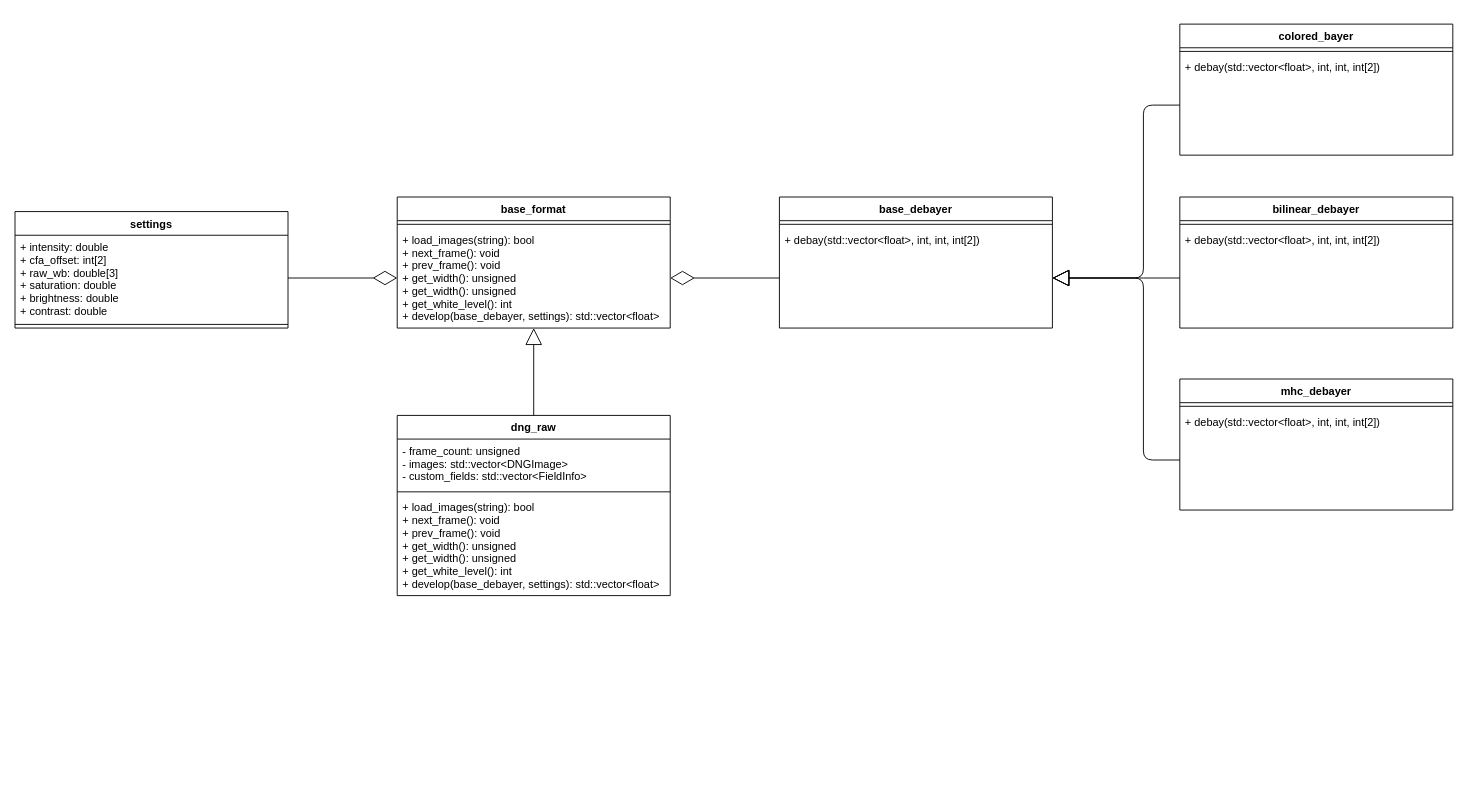
This is docs/uml/uml.drawio from CATFELLA/raw-postproc, a draw.io file, before an edit. Source tidied: cells renumbered, new cells numbered last; positions are measured from the earlier drawing's top-left corner, leaving out a move shared by most shapes. Both pictures are drawn from the tidied source at 91%, with x=0, y=0 at pixel (15, 24).
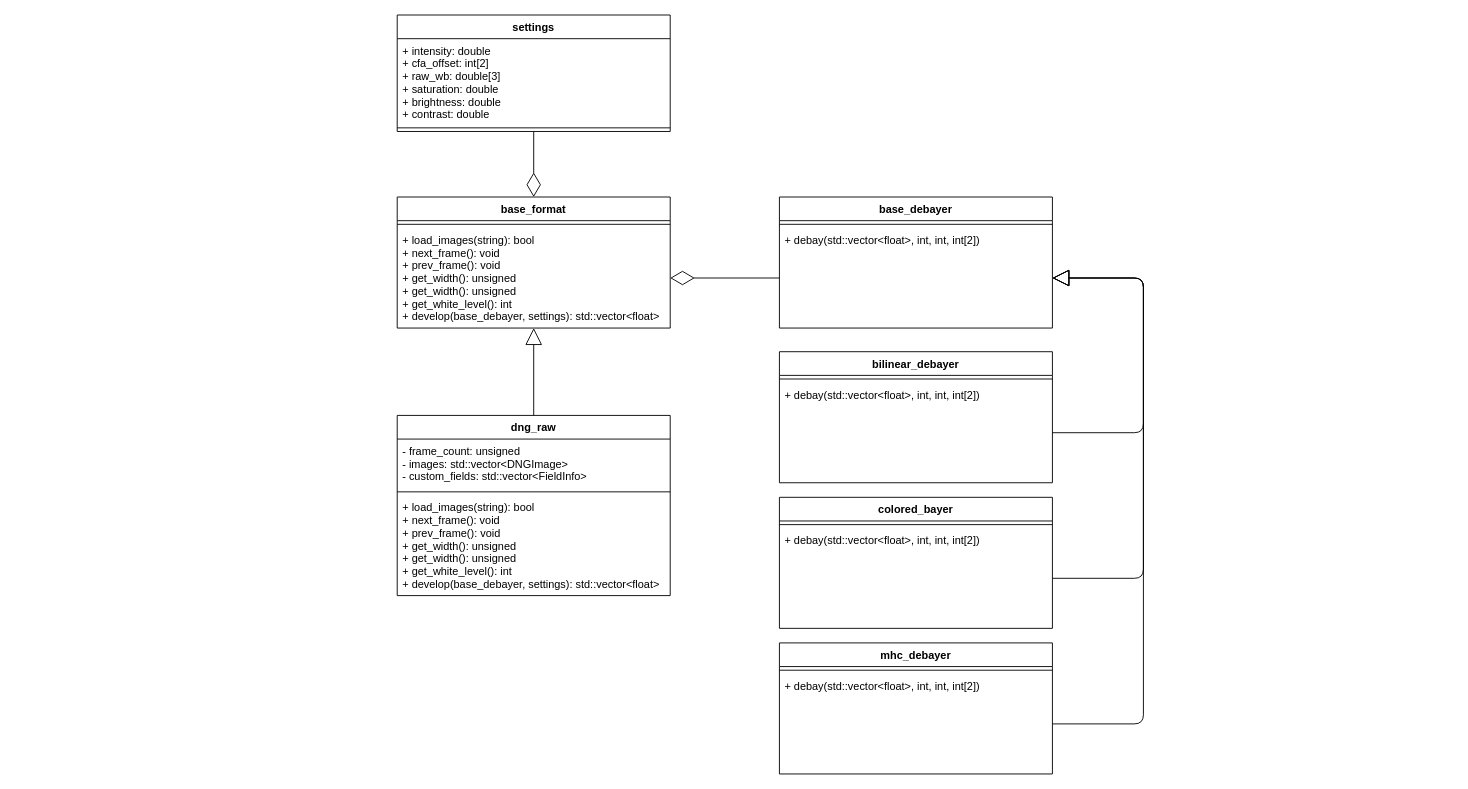
The same diagram, later.

The change refers to these unchanged cells:
```xml
<mxCell id="2" value="base_format" style="swimlane;fontStyle=1;align=center;verticalAlign=top;horizontal=1;startSize=26;" parent="1" vertex="1">
  <mxGeometry x="420" y="190" width="300" height="144" as="geometry" />
</mxCell>
<mxCell id="4" value="+ load_images(string): bool&#10;+ next_frame(): void&#10;+ prev_frame(): void&#10;+ get_width(): unsigned&#10;+ get_width(): unsigned&#10;+ get_white_level(): int&#10;+ develop(base_debayer, settings): std::vector&lt;float&gt;&#10;&#10;" style="text;strokeColor=none;fillColor=none;align=left;verticalAlign=top;spacingLeft=4;spacingRight=4;overflow=hidden;points=[[0,0.5],[1,0.5]];portConstraint=eastwest;" parent="2" vertex="1">
  <mxGeometry y="34" width="300" height="110" as="geometry" />
</mxCell>
<mxCell id="12" value="+ debay(std::vector&lt;float&gt;, int, int, int[2])" style="text;strokeColor=none;fillColor=none;align=left;verticalAlign=top;spacingLeft=4;spacingRight=4;overflow=hidden;points=[[0,0.5],[1,0.5]];portConstraint=eastwest;" parent="10" vertex="1">
  <mxGeometry y="34" width="300" height="110" as="geometry" />
</mxCell>
<mxCell id="16" value="+ debay(std::vector&lt;float&gt;, int, int, int[2])" style="text;strokeColor=none;fillColor=none;align=left;verticalAlign=top;spacingLeft=4;spacingRight=4;overflow=hidden;points=[[0,0.5],[1,0.5]];portConstraint=eastwest;" parent="14" vertex="1">
  <mxGeometry y="34" width="300" height="110" as="geometry" />
</mxCell>
<mxCell id="19" value="+ debay(std::vector&lt;float&gt;, int, int, int[2])" style="text;strokeColor=none;fillColor=none;align=left;verticalAlign=top;spacingLeft=4;spacingRight=4;overflow=hidden;points=[[0,0.5],[1,0.5]];portConstraint=eastwest;" parent="17" vertex="1">
  <mxGeometry y="34" width="300" height="110" as="geometry" />
</mxCell>
<mxCell id="22" value="+ debay(std::vector&lt;float&gt;, int, int, int[2])" style="text;strokeColor=none;fillColor=none;align=left;verticalAlign=top;spacingLeft=4;spacingRight=4;overflow=hidden;points=[[0,0.5],[1,0.5]];portConstraint=eastwest;" parent="20" vertex="1">
  <mxGeometry y="34" width="300" height="110" as="geometry" />
</mxCell>
<mxCell id="28" value="+ intensity: double&#10;+ cfa_offset: int[2]&#10;+ raw_wb: double[3]&#10;+ saturation: double&#10;+ brightness: double&#10;+ contrast: double&#10;&#10;&#10;&#10;" style="text;strokeColor=none;fillColor=none;align=left;verticalAlign=top;spacingLeft=4;spacingRight=4;overflow=hidden;points=[[0,0.5],[1,0.5]];portConstraint=eastwest;" parent="27" vertex="1">
  <mxGeometry y="26" width="300" height="94" as="geometry" />
</mxCell>
```

Diff of the diagram source:
```diff
@@
     <mxCell id="14" value="bilinear_debayer&#10;" style="swimlane;fontStyle=1;align=center;verticalAlign=top;horizontal=1;startSize=26;" parent="1" vertex="1">
-      <mxGeometry x="1280" y="190" width="300" height="144" as="geometry" />
+      <mxGeometry x="840" y="360" width="300" height="144" as="geometry" />
     </mxCell>
@@
     <mxCell id="17" value="colored_bayer&#10;" style="swimlane;fontStyle=1;align=center;verticalAlign=top;horizontal=1;startSize=26;" parent="1" vertex="1">
-      <mxGeometry x="1280" width="300" height="144" as="geometry" />
+      <mxGeometry x="840" y="520" width="300" height="144" as="geometry" />
     </mxCell>
@@
     <mxCell id="20" value="mhc_debayer" style="swimlane;fontStyle=1;align=center;verticalAlign=top;horizontal=1;startSize=26;" parent="1" vertex="1">
-      <mxGeometry x="1280" y="390" width="300" height="144" as="geometry" />
+      <mxGeometry x="840" y="680" width="300" height="144" as="geometry" />
     </mxCell>
@@
-    <mxCell id="23" style="endArrow=block;endSize=16;endFill=0;html=1;exitX=0;exitY=0.5;exitDx=0;exitDy=0;entryX=1;entryY=0.5;entryDx=0;entryDy=0;" parent="1" edge="1" source="22" target="12">
+    <mxCell id="23" style="endArrow=block;endSize=16;endFill=0;html=1;exitX=1;exitY=0.5;exitDx=0;exitDy=0;entryX=1;entryY=0.5;entryDx=0;entryDy=0;" parent="1" edge="1" source="22" target="12">
       <mxGeometry relative="1" as="geometry">
         <Array as="points">
+          <mxPoint x="1240" y="769" />
           <mxPoint x="1240" y="479" />
           <mxPoint x="1240" y="279" />
         </Array>
       </mxGeometry>
     </mxCell>
-    <mxCell id="24" style="endArrow=block;endSize=16;endFill=0;html=1;exitX=0;exitY=0.5;exitDx=0;exitDy=0;entryX=1;entryY=0.5;entryDx=0;entryDy=0;" parent="1" edge="1" source="16" target="12">
+    <mxCell id="24" style="endArrow=block;endSize=16;endFill=0;html=1;exitX=1;exitY=0.5;exitDx=0;exitDy=0;entryX=1;entryY=0.5;entryDx=0;entryDy=0;" parent="1" edge="1" source="16" target="12">
       <mxGeometry relative="1" as="geometry">
         <Array as="points">
-          <mxPoint x="1230" y="279" />
+          <mxPoint x="1240" y="449" />
+          <mxPoint x="1240" y="279" />
         </Array>
       </mxGeometry>
     </mxCell>
-    <mxCell id="25" style="endArrow=block;endSize=16;endFill=0;html=1;exitX=0;exitY=0.5;exitDx=0;exitDy=0;entryX=1;entryY=0.5;entryDx=0;entryDy=0;" parent="1" edge="1" source="19" target="12">
+    <mxCell id="25" style="endArrow=block;endSize=16;endFill=0;html=1;exitX=1;exitY=0.5;exitDx=0;exitDy=0;entryX=1;entryY=0.5;entryDx=0;entryDy=0;" parent="1" edge="1" source="19" target="12">
       <mxGeometry relative="1" as="geometry">
         <Array as="points">
-          <mxPoint x="1240" y="89" />
+          <mxPoint x="1240" y="609" />
           <mxPoint x="1240" y="279" />
         </Array>
       </mxGeometry>
     </mxCell>
-    <mxCell id="26" style="endArrow=diamondThin;endFill=0;endSize=24;html=1;entryX=0;entryY=0.5;entryDx=0;entryDy=0;exitX=1;exitY=0.5;exitDx=0;exitDy=0;" parent="1" edge="1" source="28" target="4">
+    <mxCell id="26" style="endArrow=diamondThin;endFill=0;endSize=24;html=1;exitX=0.5;exitY=1;exitDx=0;exitDy=0;" parent="1" edge="1" source="27" target="2">
       <mxGeometry relative="1" as="geometry" />
     </mxCell>
     <mxCell id="27" value="settings&#10;" style="swimlane;fontStyle=1;align=center;verticalAlign=top;horizontal=1;startSize=26;" parent="1" vertex="1">
-      <mxGeometry y="206" width="300" height="128" as="geometry" />
+      <mxGeometry x="420" y="-10" width="300" height="128" as="geometry" />
     </mxCell>
```
